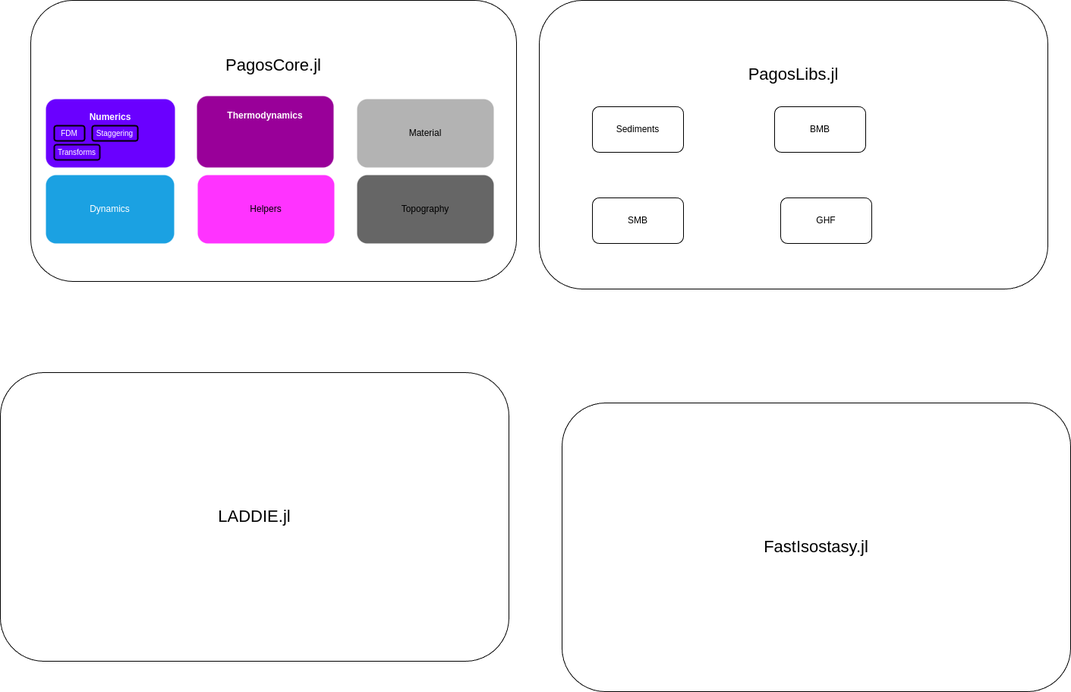
Earlier version of the draw.io export docs/src/structure.drawio.png (fesmc/Pagos.jl). Source tidied: cells renumbered, new cells last; positions are measured from the earlier drawing's top-left corner, leaving out a move shared by most shapes.
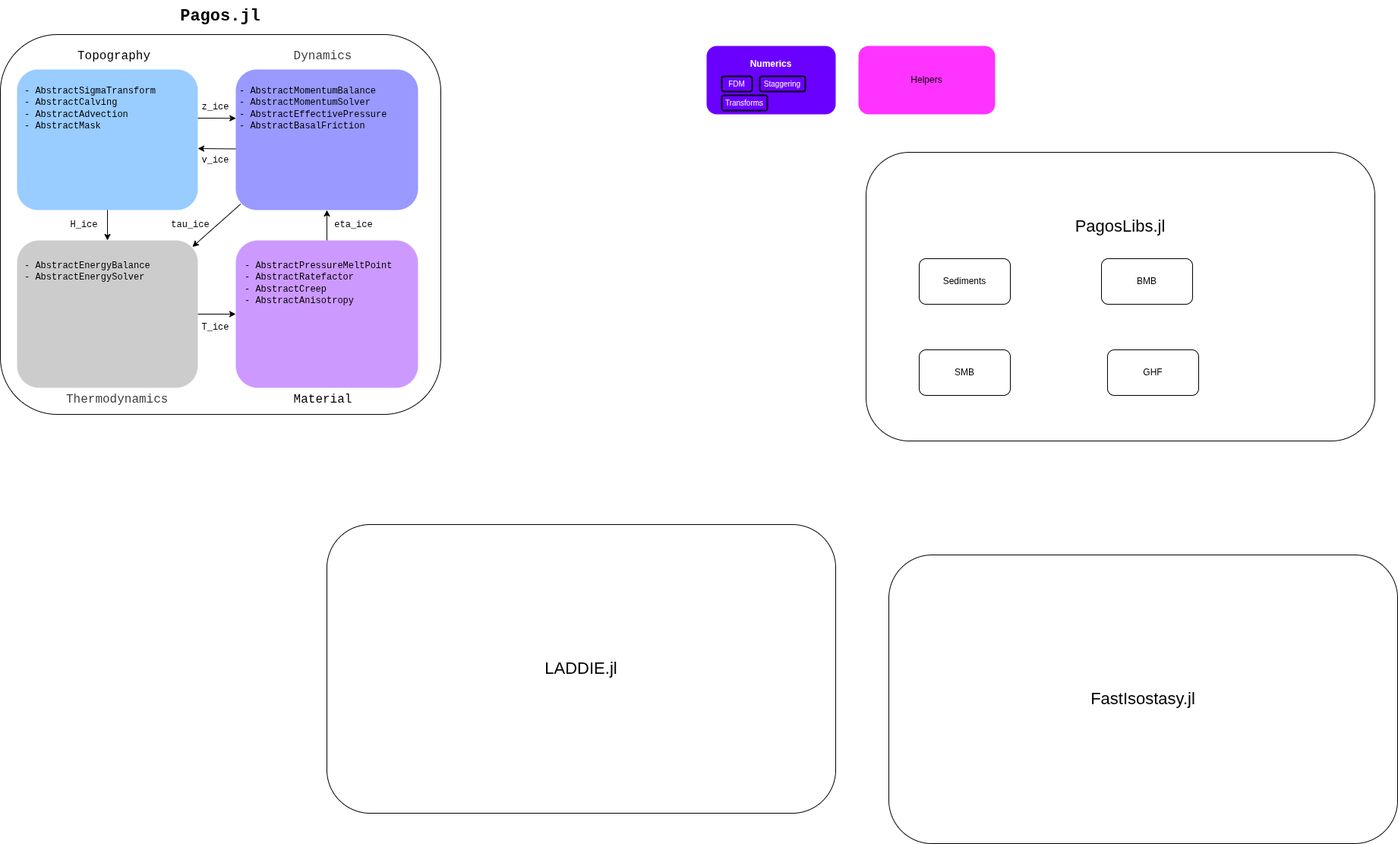
After the change.

Commit message:
update flowchart pagos

Change to the diagram source:
```diff
@@ -17,44 +17,108 @@
     <mxCell id="6" value="GHF" style="rounded=1;whiteSpace=wrap;html=1;" parent="1" vertex="1">
       <mxGeometry x="1028" y="260" width="120" height="60" as="geometry" />
     </mxCell>
-    <mxCell id="7" style="group;" parent="1" vertex="1">
-      <mxGeometry x="40" width="640" height="370" as="geometry" />
-    </mxCell>
-    <mxCell id="8" value="&lt;font style=&quot;font-size: 22px;&quot;&gt;PagosCore.jl&lt;br&gt;&lt;br&gt;&lt;/font&gt;&lt;br&gt;&lt;br&gt;&lt;br&gt;&lt;br&gt;&lt;br&gt;&lt;br&gt;&lt;br&gt;&lt;br&gt;&lt;br&gt;&lt;br&gt;&lt;br&gt;&lt;br&gt;" style="rounded=1;whiteSpace=wrap;html=1;" parent="7" vertex="1">
-      <mxGeometry width="640" height="370" as="geometry" />
-    </mxCell>
-    <mxCell id="9" value="Dynamics" style="rounded=1;whiteSpace=wrap;html=1;fillColor=#1ba1e2;fontColor=#ffffff;strokeColor=none;" parent="7" vertex="1">
-      <mxGeometry x="20" y="230" width="169" height="90" as="geometry" />
-    </mxCell>
-    <mxCell id="10" value="&lt;b&gt;Thermodynamics&lt;br&gt;&lt;br&gt;&lt;br&gt;&lt;br&gt;&lt;/b&gt;" style="rounded=1;whiteSpace=wrap;html=1;fillColor=#990099;fontColor=#ffffff;strokeColor=none;" parent="7" vertex="1">
-      <mxGeometry x="219" y="126" width="180" height="94" as="geometry" />
-    </mxCell>
+    <mxCell id="18" value="&lt;span style=&quot;font-size: 22px;&quot;&gt;FastIsostasy.jl&lt;/span&gt;" style="rounded=1;whiteSpace=wrap;html=1;" parent="1" vertex="1">
+      <mxGeometry x="740" y="530" width="670" height="380" as="geometry" />
+    </mxCell>
+    <mxCell id="19" value="&lt;span style=&quot;font-size: 22px;&quot;&gt;LADDIE.jl&lt;/span&gt;" style="rounded=1;whiteSpace=wrap;html=1;" parent="1" vertex="1">
+      <mxGeometry y="490" width="670" height="380" as="geometry" />
+    </mxCell>
-    <mxCell id="11" value="&lt;b&gt;Numerics&lt;br&gt;&lt;br&gt;&lt;br&gt;&lt;br&gt;&lt;/b&gt;" style="rounded=1;whiteSpace=wrap;html=1;fillColor=#6a00ff;fontColor=#ffffff;strokeColor=none;" parent="7" vertex="1">
-      <mxGeometry x="20" y="130" width="170" height="90" as="geometry" />
+    <mxCell id="11" value="&lt;b&gt;Numerics&lt;br&gt;&lt;br&gt;&lt;br&gt;&lt;br&gt;&lt;/b&gt;" style="rounded=1;whiteSpace=wrap;html=1;fillColor=#6a00ff;fontColor=#ffffff;strokeColor=none;" parent="1" vertex="1">
+      <mxGeometry x="500" y="-140" width="170" height="90" as="geometry" />
     </mxCell>
-    <mxCell id="12" value="Helpers" style="rounded=1;whiteSpace=wrap;html=1;fillColor=#FF33FF;strokeColor=none;" parent="7" vertex="1">
-      <mxGeometry x="220" y="230" width="180" height="90" as="geometry" />
-    </mxCell>
-    <mxCell id="13" value="FDM" style="rounded=1;whiteSpace=wrap;html=1;fontSize=10;fillColor=#6a00ff;fontColor=#ffffff;strokeColor=#000000;strokeWidth=2;" parent="7" vertex="1">
-      <mxGeometry x="31" y="165" width="40" height="20" as="geometry" />
+    <mxCell id="13" value="FDM" style="rounded=1;whiteSpace=wrap;html=1;fontSize=10;fillColor=#6a00ff;fontColor=#ffffff;strokeColor=#000000;strokeWidth=2;" parent="1" vertex="1">
+      <mxGeometry x="520" y="-100" width="40" height="20" as="geometry" />
     </mxCell>
-    <mxCell id="14" value="Staggering" style="rounded=1;whiteSpace=wrap;html=1;fontSize=10;fillColor=#6a00ff;fontColor=#ffffff;strokeColor=#000000;strokeWidth=2;" parent="7" vertex="1">
-      <mxGeometry x="81" y="165" width="60" height="20" as="geometry" />
+    <mxCell id="14" value="Staggering" style="rounded=1;whiteSpace=wrap;html=1;fontSize=10;fillColor=#6a00ff;fontColor=#ffffff;strokeColor=#000000;strokeWidth=2;" parent="1" vertex="1">
+      <mxGeometry x="570" y="-100" width="60" height="20" as="geometry" />
     </mxCell>
-    <mxCell id="15" value="Transforms" style="rounded=1;whiteSpace=wrap;html=1;fontSize=10;fillColor=#6a00ff;fontColor=#ffffff;strokeColor=#050014;strokeWidth=2;" parent="7" vertex="1">
-      <mxGeometry x="31" y="190" width="60" height="20" as="geometry" />
+    <mxCell id="15" value="Transforms" style="rounded=1;whiteSpace=wrap;html=1;fontSize=10;fillColor=#6a00ff;fontColor=#ffffff;strokeColor=#050014;strokeWidth=2;" parent="1" vertex="1">
+      <mxGeometry x="520" y="-75" width="60" height="20" as="geometry" />
     </mxCell>
+    <mxCell id="12" value="Helpers" style="rounded=1;whiteSpace=wrap;html=1;fillColor=#FF33FF;strokeColor=none;" parent="1" vertex="1">
+      <mxGeometry x="700" y="-140" width="180" height="90" as="geometry" />
+    </mxCell>
+    <mxCell id="20" value="&lt;div style=&quot;&quot;&gt;&lt;b style=&quot;font-size: 22px;&quot;&gt;&lt;font face=&quot;Courier New&quot; color=&quot;#000000&quot;&gt;Pagos.jl&lt;/font&gt;&lt;/b&gt;&lt;/div&gt;" style="text;whiteSpace=wrap;html=1;align=center;" parent="1" vertex="1">
+      <mxGeometry x="-195" y="-200" width="110" height="50" as="geometry" />
+    </mxCell>
+    <mxCell id="8" style="rounded=1;whiteSpace=wrap;html=1;" parent="1" vertex="1">
+      <mxGeometry x="-430" y="-155" width="580" height="500" as="geometry" />
+    </mxCell>
+    <mxCell id="10" value="&lt;b&gt;&lt;br&gt;&lt;br&gt;&lt;br&gt;&lt;/b&gt;" style="rounded=1;whiteSpace=wrap;html=1;fillColor=#CCCCCC;fontColor=#ffffff;strokeColor=none;" parent="1" vertex="1">
+      <mxGeometry x="-408" y="116" width="238" height="194" as="geometry" />
+    </mxCell>
-    <mxCell id="16" value="Material" style="rounded=1;whiteSpace=wrap;html=1;fillColor=#B3B3B3;strokeColor=none;" parent="7" vertex="1">
-      <mxGeometry x="430" y="130" width="180" height="90" as="geometry" />
+    <mxCell id="16" style="rounded=1;whiteSpace=wrap;html=1;fillColor=#CC99FF;strokeColor=none;" parent="1" vertex="1">
+      <mxGeometry x="-120" y="116" width="240" height="194" as="geometry" />
     </mxCell>
+    <mxCell id="9" style="rounded=1;whiteSpace=wrap;html=1;fillColor=#9999FF;fontColor=#ffffff;strokeColor=none;" parent="1" vertex="1">
+      <mxGeometry x="-120" y="-109" width="240" height="185" as="geometry" />
+    </mxCell>
-    <mxCell id="17" value="Topography" style="rounded=1;whiteSpace=wrap;html=1;fillColor=#666666;strokeColor=none;" parent="7" vertex="1">
-      <mxGeometry x="430" y="230" width="180" height="90" as="geometry" />
+    <mxCell id="17" value="&lt;div&gt;&lt;br&gt;&lt;/div&gt;" style="rounded=1;whiteSpace=wrap;html=1;fillColor=#99CCFF;strokeColor=none;align=left;" parent="1" vertex="1">
+      <mxGeometry x="-408" y="-109" width="238" height="185" as="geometry" />
     </mxCell>
-    <mxCell id="18" value="&lt;span style=&quot;font-size: 22px;&quot;&gt;FastIsostasy.jl&lt;/span&gt;" style="rounded=1;whiteSpace=wrap;html=1;" parent="1" vertex="1">
-      <mxGeometry x="740" y="530" width="670" height="380" as="geometry" />
-    </mxCell>
-    <mxCell id="19" value="&lt;span style=&quot;font-size: 22px;&quot;&gt;LADDIE.jl&lt;/span&gt;" style="rounded=1;whiteSpace=wrap;html=1;" parent="1" vertex="1">
-      <mxGeometry y="490" width="670" height="380" as="geometry" />
-    </mxCell>
+    <mxCell id="21" value="&lt;span style=&quot;color: rgb(0, 0, 0); font-style: normal; font-variant-ligatures: normal; font-variant-caps: normal; font-weight: 400; letter-spacing: normal; orphans: 2; text-indent: 0px; text-transform: none; widows: 2; word-spacing: 0px; -webkit-text-stroke-width: 0px; white-space: normal; background-color: rgb(255, 255, 255); text-decoration-thickness: initial; text-decoration-style: initial; text-decoration-color: initial; float: none; display: inline !important;&quot;&gt;&lt;font face=&quot;Courier New&quot; style=&quot;font-size: 16px;&quot;&gt;Topography&lt;/font&gt;&lt;/span&gt;" style="text;whiteSpace=wrap;html=1;align=center;" parent="1" vertex="1">
+      <mxGeometry x="-330" y="-142" width="100" height="40" as="geometry" />
+    </mxCell>
+    <mxCell id="22" value="&lt;span style=&quot;color: rgb(0, 0, 0); font-style: normal; font-variant-ligatures: normal; font-variant-caps: normal; font-weight: 400; letter-spacing: normal; orphans: 2; text-indent: 0px; text-transform: none; widows: 2; word-spacing: 0px; -webkit-text-stroke-width: 0px; white-space: normal; background-color: rgb(255, 255, 255); text-decoration-thickness: initial; text-decoration-style: initial; text-decoration-color: initial; float: none; display: inline !important;&quot;&gt;&lt;font face=&quot;Courier New&quot; style=&quot;font-size: 16px;&quot;&gt;Material&lt;/font&gt;&lt;/span&gt;" style="text;whiteSpace=wrap;html=1;align=center;" parent="1" vertex="1">
+      <mxGeometry x="-45" y="310" width="80" height="40" as="geometry" />
+    </mxCell>
+    <mxCell id="23" value="&lt;span style=&quot;forced-color-adjust: none; color: rgb(63, 63, 63); scrollbar-color: rgb(226, 226, 226) rgb(251, 251, 251); font-style: normal; font-variant-ligatures: normal; font-variant-caps: normal; letter-spacing: normal; orphans: 2; text-align: center; text-indent: 0px; text-transform: none; widows: 2; word-spacing: 0px; -webkit-text-stroke-width: 0px; white-space: normal; background-color: rgb(255, 255, 255); text-decoration-thickness: initial; text-decoration-style: initial; text-decoration-color: initial;&quot;&gt;&lt;font face=&quot;Courier New&quot; style=&quot;font-size: 16px;&quot;&gt;Thermodynamics&lt;/font&gt;&lt;br style=&quot;forced-color-adjust: none; color: rgb(63, 63, 63); scrollbar-color: rgb(226, 226, 226) rgb(251, 251, 251);&quot;&gt;&lt;/span&gt;" style="text;whiteSpace=wrap;html=1;" parent="1" vertex="1">
+      <mxGeometry x="-345" y="310" width="130" height="40" as="geometry" />
+    </mxCell>
+    <mxCell id="24" value="&lt;span style=&quot;color: rgb(63, 63, 63); font-style: normal; font-variant-ligatures: normal; font-variant-caps: normal; font-weight: 400; letter-spacing: normal; orphans: 2; text-indent: 0px; text-transform: none; widows: 2; word-spacing: 0px; -webkit-text-stroke-width: 0px; white-space: normal; background-color: rgb(255, 255, 255); text-decoration-thickness: initial; text-decoration-style: initial; text-decoration-color: initial; float: none; display: inline !important;&quot;&gt;&lt;font face=&quot;Courier New&quot; style=&quot;font-size: 16px;&quot;&gt;Dynamics&lt;/font&gt;&lt;/span&gt;" style="text;whiteSpace=wrap;html=1;align=center;" parent="1" vertex="1">
+      <mxGeometry x="-50" y="-142" width="90" height="40" as="geometry" />
+    </mxCell>
+    <mxCell id="25" value="&lt;font color=&quot;#000000&quot; face=&quot;Courier New&quot; style=&quot;forced-color-adjust: none; scrollbar-color: rgb(226, 226, 226) rgb(251, 251, 251);&quot;&gt;- AbstractSigmaTransform&lt;/font&gt;&lt;div style=&quot;forced-color-adjust: none; scrollbar-color: rgb(226, 226, 226) rgb(251, 251, 251); color: rgb(63, 63, 63);&quot;&gt;&lt;font color=&quot;#000000&quot; face=&quot;Courier New&quot; style=&quot;forced-color-adjust: none; scrollbar-color: rgb(226, 226, 226) rgb(251, 251, 251);&quot;&gt;- AbstractCalving&lt;/font&gt;&lt;/div&gt;&lt;div style=&quot;forced-color-adjust: none; scrollbar-color: rgb(226, 226, 226) rgb(251, 251, 251); color: rgb(63, 63, 63);&quot;&gt;&lt;font color=&quot;#000000&quot; face=&quot;Courier New&quot;&gt;- AbstractAdvection&lt;/font&gt;&lt;/div&gt;&lt;div style=&quot;forced-color-adjust: none; scrollbar-color: rgb(226, 226, 226) rgb(251, 251, 251); color: rgb(63, 63, 63);&quot;&gt;&lt;font color=&quot;#000000&quot; style=&quot;&quot; face=&quot;Courier New&quot;&gt;- AbstractMask&lt;/font&gt;&lt;/div&gt;" style="text;whiteSpace=wrap;html=1;" parent="1" vertex="1">
+      <mxGeometry x="-400" y="-95" width="210" height="70" as="geometry" />
+    </mxCell>
+    <mxCell id="26" value="&lt;font face=&quot;Courier New&quot; color=&quot;#000000&quot; style=&quot;forced-color-adjust: none; scrollbar-color: rgb(226, 226, 226) rgb(251, 251, 251);&quot;&gt;- AbstractMomentumBalance&lt;/font&gt;&lt;div&gt;&lt;font face=&quot;Courier New&quot; color=&quot;#000000&quot; style=&quot;forced-color-adjust: none; scrollbar-color: rgb(226, 226, 226) rgb(251, 251, 251);&quot;&gt;- AbstractMomentumSolver&lt;/font&gt;&lt;/div&gt;&lt;div&gt;&lt;font face=&quot;Courier New&quot; color=&quot;#000000&quot; style=&quot;forced-color-adjust: none; scrollbar-color: rgb(226, 226, 226) rgb(251, 251, 251);&quot;&gt;- AbstractEffectivePressure&lt;/font&gt;&lt;/div&gt;&lt;div&gt;&lt;font face=&quot;Courier New&quot; color=&quot;#000000&quot; style=&quot;forced-color-adjust: none; scrollbar-color: rgb(226, 226, 226) rgb(251, 251, 251);&quot;&gt;- AbstractBasalFriction&lt;/font&gt;&lt;/div&gt;" style="text;whiteSpace=wrap;html=1;" parent="1" vertex="1">
+      <mxGeometry x="-117" y="-95" width="210" height="70" as="geometry" />
+    </mxCell>
+    <mxCell id="27" value="&lt;font face=&quot;Courier New&quot; color=&quot;#000000&quot; style=&quot;forced-color-adjust: none; scrollbar-color: rgb(226, 226, 226) rgb(251, 251, 251);&quot;&gt;- AbstractEnergyBalance&lt;/font&gt;&lt;div&gt;&lt;font face=&quot;Courier New&quot; color=&quot;#000000&quot; style=&quot;forced-color-adjust: none; scrollbar-color: rgb(226, 226, 226) rgb(251, 251, 251);&quot;&gt;- AbstractEnergySolver&lt;/font&gt;&lt;/div&gt;" style="text;whiteSpace=wrap;html=1;" parent="1" vertex="1">
+      <mxGeometry x="-400" y="135" width="210" height="70" as="geometry" />
+    </mxCell>
+    <mxCell id="28" value="&lt;font face=&quot;Courier New&quot; color=&quot;#000000&quot; style=&quot;forced-color-adjust: none; scrollbar-color: rgb(226, 226, 226) rgb(251, 251, 251);&quot;&gt;- AbstractPressureMeltPoint&lt;br&gt;&lt;/font&gt;&lt;div&gt;&lt;font face=&quot;Courier New&quot; color=&quot;#000000&quot; style=&quot;forced-color-adjust: none; scrollbar-color: rgb(226, 226, 226) rgb(251, 251, 251);&quot;&gt;- AbstractRatefactor&lt;/font&gt;&lt;/div&gt;&lt;div&gt;&lt;font face=&quot;Courier New&quot; color=&quot;#000000&quot; style=&quot;forced-color-adjust: none; scrollbar-color: rgb(226, 226, 226) rgb(251, 251, 251);&quot;&gt;- AbstractCreep&lt;/font&gt;&lt;/div&gt;&lt;div&gt;&lt;font face=&quot;Courier New&quot; color=&quot;#000000&quot; style=&quot;forced-color-adjust: none; scrollbar-color: rgb(226, 226, 226) rgb(251, 251, 251);&quot;&gt;- AbstractAnisotropy&lt;/font&gt;&lt;/div&gt;" style="text;whiteSpace=wrap;html=1;" parent="1" vertex="1">
+      <mxGeometry x="-110" y="135" width="210" height="70" as="geometry" />
+    </mxCell>
+    <mxCell id="29" style="edgeStyle=none;jettySize=auto;html=1;entryX=0.001;entryY=0.347;entryDx=0;entryDy=0;entryPerimeter=0;" parent="1" edge="1" target="9">
+      <mxGeometry relative="1" as="geometry">
+        <mxPoint x="-170" y="-45" as="sourcePoint" />
+      </mxGeometry>
+    </mxCell>
+    <mxCell id="30" style="edgeStyle=none;jettySize=auto;html=1;exitX=0;exitY=0.565;exitDx=0;exitDy=0;exitPerimeter=0;" parent="1" edge="1" source="9">
+      <mxGeometry relative="1" as="geometry">
+        <mxPoint x="-170" y="-5" as="targetPoint" />
+      </mxGeometry>
+    </mxCell>
+    <mxCell id="31" style="edgeStyle=none;jettySize=auto;html=1;exitX=0.5;exitY=1;exitDx=0;exitDy=0;entryX=0.5;entryY=0;entryDx=0;entryDy=0;" parent="1" edge="1" source="17" target="10">
+      <mxGeometry relative="1" as="geometry" />
+    </mxCell>
+    <mxCell id="32" style="edgeStyle=none;jettySize=auto;html=1;exitX=1;exitY=0.5;exitDx=0;exitDy=0;entryX=0;entryY=0.5;entryDx=0;entryDy=0;" parent="1" edge="1" source="10" target="16">
+      <mxGeometry relative="1" as="geometry" />
+    </mxCell>
+    <mxCell id="33" style="edgeStyle=none;jettySize=auto;html=1;exitX=0.027;exitY=0.957;exitDx=0;exitDy=0;entryX=0.97;entryY=0.044;entryDx=0;entryDy=0;exitPerimeter=0;entryPerimeter=0;" parent="1" edge="1" source="9" target="10">
+      <mxGeometry relative="1" as="geometry" />
+    </mxCell>
+    <mxCell id="34" style="edgeStyle=none;jettySize=auto;html=1;exitX=0.5;exitY=0;exitDx=0;exitDy=0;" parent="1" edge="1" source="16" target="9">
+      <mxGeometry relative="1" as="geometry" />
+    </mxCell>
+    <mxCell id="35" value="&lt;font face=&quot;Courier New&quot;&gt;H_ice&lt;/font&gt;" style="text;html=1;align=center;verticalAlign=middle;strokeColor=none;fillColor=none;" parent="1" vertex="1">
+      <mxGeometry x="-350" y="80" width="60" height="30" as="geometry" />
+    </mxCell>
+    <mxCell id="36" value="&lt;font face=&quot;Courier New&quot;&gt;z_ice&lt;/font&gt;" style="text;html=1;align=center;verticalAlign=middle;strokeColor=none;fillColor=none;" parent="1" vertex="1">
+      <mxGeometry x="-177" y="-75" width="60" height="30" as="geometry" />
+    </mxCell>
+    <mxCell id="37" value="&lt;font face=&quot;Courier New&quot;&gt;v_ice&lt;/font&gt;" style="text;html=1;align=center;verticalAlign=middle;strokeColor=none;fillColor=none;" parent="1" vertex="1">
+      <mxGeometry x="-177" y="-5" width="60" height="30" as="geometry" />
+    </mxCell>
+    <mxCell id="38" value="&lt;font face=&quot;Courier New&quot;&gt;tau_ice&lt;/font&gt;" style="text;html=1;align=center;verticalAlign=middle;strokeColor=none;fillColor=none;" parent="1" vertex="1">
+      <mxGeometry x="-215" y="80" width="70" height="30" as="geometry" />
+    </mxCell>
+    <mxCell id="39" value="&lt;font face=&quot;Courier New&quot;&gt;eta_ice&lt;/font&gt;" style="text;html=1;align=center;verticalAlign=middle;strokeColor=none;fillColor=none;" parent="1" vertex="1">
+      <mxGeometry y="80" width="70" height="30" as="geometry" />
+    </mxCell>
+    <mxCell id="40" value="&lt;font face=&quot;Courier New&quot;&gt;T_ice&lt;/font&gt;" style="text;html=1;align=center;verticalAlign=middle;strokeColor=none;fillColor=none;" parent="1" vertex="1">
+      <mxGeometry x="-177" y="215" width="60" height="30" as="geometry" />
+    </mxCell>
   </root>
 </mxGraphModel>
```
